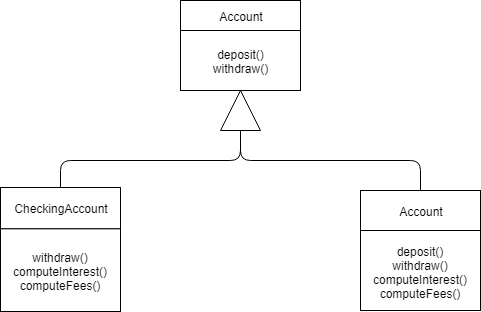
The draw.io diagram Activity5/design.png in AiteAuburn/Auburn-COMP-7700, before a commit. Source tidied: cells renumbered, new cells last; positions are measured from the earlier drawing's top-left corner, leaving out a move shared by most shapes.
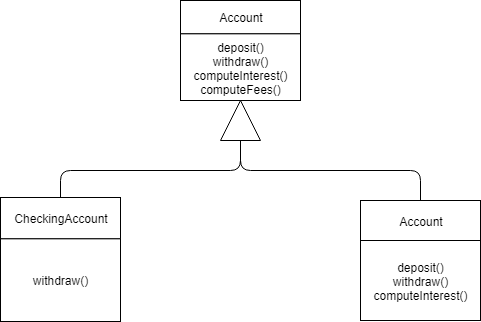
Later version of the same file.

The edit, as a diff of the source:
```diff
@@ -8,7 +8,7 @@
     <mxCell id="3" value="CheckingAccount" style="rounded=0;whiteSpace=wrap;html=1;" parent="2" vertex="1">
       <mxGeometry width="120" height="41.3" as="geometry" />
     </mxCell>
-    <mxCell id="4" value="withdraw()&lt;span style=&quot;font-size: 12px&quot;&gt;&lt;br&gt;computeInterest()&lt;br&gt;computeFees()&lt;/span&gt;" style="rounded=0;whiteSpace=wrap;html=1;" parent="2" vertex="1">
+    <mxCell id="4" value="withdraw()" style="rounded=0;whiteSpace=wrap;html=1;" parent="2" vertex="1">
       <mxGeometry y="41.3" width="120" height="82.7" as="geometry" />
     </mxCell>
     <mxCell id="5" style="group;" parent="1" vertex="1">
@@ -17,17 +17,17 @@
     <mxCell id="6" value="Account" style="rounded=0;whiteSpace=wrap;html=1;" parent="5" vertex="1">
       <mxGeometry width="120" height="40" as="geometry" />
     </mxCell>
-    <mxCell id="7" value="deposit()&lt;br&gt;withdraw()&lt;br&gt;computeInterest()&lt;br&gt;computeFees()" style="rounded=0;whiteSpace=wrap;html=1;" parent="5" vertex="1">
+    <mxCell id="7" value="deposit()&lt;br&gt;withdraw()&lt;br&gt;computeInterest()" style="rounded=0;whiteSpace=wrap;html=1;" parent="5" vertex="1">
       <mxGeometry y="40" width="120" height="80" as="geometry" />
     </mxCell>
     <mxCell id="8" style="group;" parent="1" vertex="1">
-      <mxGeometry x="180" width="120" height="90" as="geometry" />
+      <mxGeometry x="180" y="-10" width="120" height="100" as="geometry" />
     </mxCell>
     <mxCell id="9" value="Account" style="rounded=0;whiteSpace=wrap;html=1;" parent="8" vertex="1">
-      <mxGeometry width="120" height="30" as="geometry" />
+      <mxGeometry width="120" height="33.3" as="geometry" />
     </mxCell>
-    <mxCell id="10" value="deposit()&lt;br&gt;withdraw()" style="rounded=0;whiteSpace=wrap;html=1;" parent="8" vertex="1">
-      <mxGeometry y="30" width="120" height="60" as="geometry" />
+    <mxCell id="10" value="deposit()&lt;br&gt;withdraw()&lt;br&gt;computeInterest()&lt;br&gt;computeFees()" style="rounded=0;whiteSpace=wrap;html=1;" parent="8" vertex="1">
+      <mxGeometry y="33.3" width="120" height="66.7" as="geometry" />
     </mxCell>
     <mxCell id="11" style="triangle;whiteSpace=wrap;html=1;rotation=-90;" parent="1" vertex="1">
       <mxGeometry x="220" y="90" width="40" height="40" as="geometry" />
```
